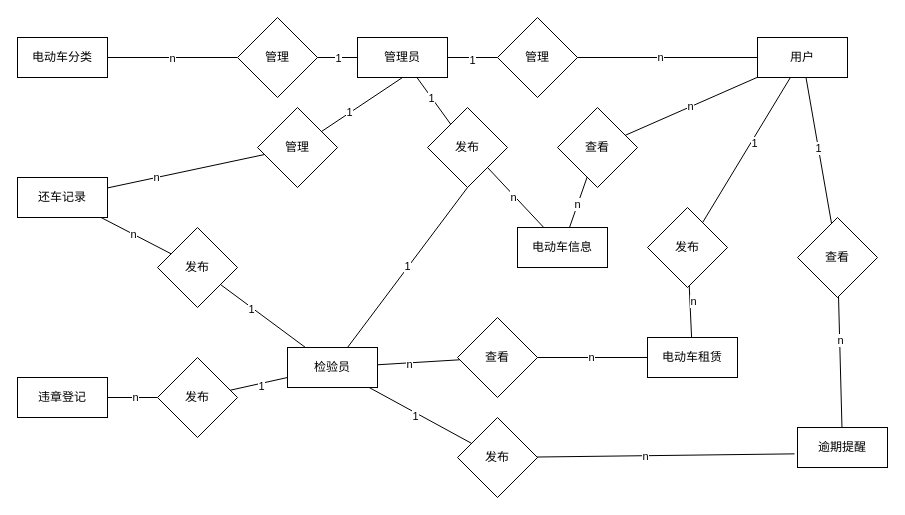
The draw.io diagram 图3-19.drawio in blackjack2022/draw.io, before the edit. Source tidied: cells renumbered, new cells numbered last; positions are measured from the earlier drawing's top-left corner, leaving out a move shared by most shapes. Both pictures are drawn from the tidied source at 100%, with x=0, y=0 at pixel (17, 17).
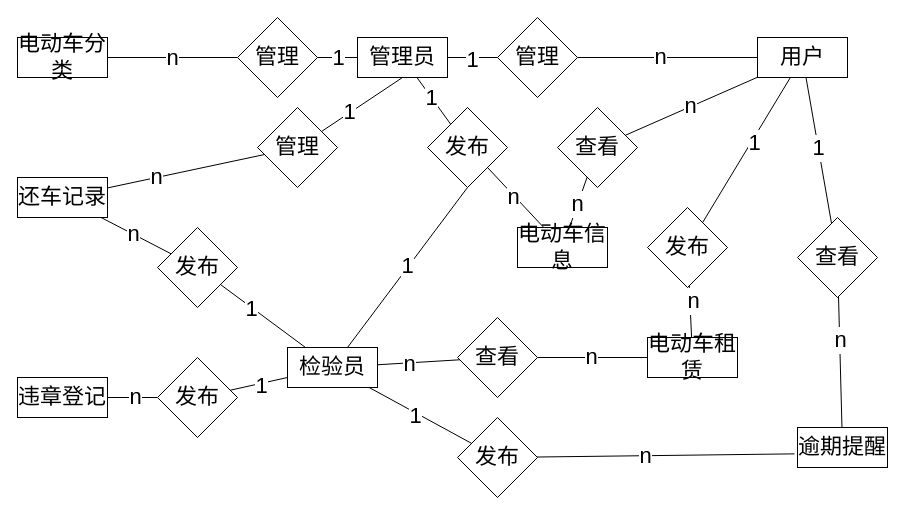
After the change.

The edit, as a diff of the source:
```diff
@@
-    <mxCell id="2" style="rounded=0;jettySize=auto;html=1;endArrow=none;startFill=0;" parent="1" edge="1" source="4" target="7">
+    <mxCell id="2" style="rounded=0;jettySize=auto;html=1;endArrow=none;startFill=0;fontSize=22;fontFamily=宋体;" parent="1" edge="1" source="4" target="7">
       <mxGeometry relative="1" as="geometry" />
     </mxCell>
-    <mxCell id="3" value="n" style="edgeLabel;html=1;align=center;verticalAlign=middle;" parent="2" vertex="1">
+    <mxCell id="3" value="n" style="edgeLabel;html=1;align=center;verticalAlign=middle;fontSize=22;fontFamily=宋体;" parent="2" vertex="1">
       <mxGeometry x="-0.01" relative="1" as="geometry" />
     </mxCell>
-    <mxCell id="4" value="电动车分类" style="rounded=0;whiteSpace=wrap;html=1;" parent="1" vertex="1">
+    <mxCell id="4" value="电动车分类" style="rounded=0;whiteSpace=wrap;html=1;fontSize=22;fontFamily=宋体;" parent="1" vertex="1">
       <mxGeometry y="20" width="90" height="40" as="geometry" />
     </mxCell>
-    <mxCell id="5" style="rounded=0;jettySize=auto;html=1;endArrow=none;startFill=0;" parent="1" edge="1" source="7" target="12">
+    <mxCell id="5" style="rounded=0;jettySize=auto;html=1;endArrow=none;startFill=0;fontSize=22;fontFamily=宋体;" parent="1" edge="1" source="7" target="12">
       <mxGeometry relative="1" as="geometry" />
     </mxCell>
-    <mxCell id="6" value="1" style="edgeLabel;html=1;align=center;verticalAlign=middle;" parent="5" vertex="1">
+    <mxCell id="6" value="1" style="edgeLabel;html=1;align=center;verticalAlign=middle;fontSize=22;fontFamily=宋体;" parent="5" vertex="1">
       <mxGeometry x="-0.01" relative="1" as="geometry" />
     </mxCell>
-    <mxCell id="7" value="管理" style="rhombus;whiteSpace=wrap;html=1;" parent="1" vertex="1">
+    <mxCell id="7" value="管理" style="rhombus;whiteSpace=wrap;html=1;fontSize=22;fontFamily=宋体;" parent="1" vertex="1">
       <mxGeometry x="220" width="80" height="80" as="geometry" />
     </mxCell>
-    <mxCell id="8" style="rounded=0;jettySize=auto;html=1;endArrow=none;startFill=0;" parent="1" edge="1" source="12" target="15">
+    <mxCell id="8" style="rounded=0;jettySize=auto;html=1;endArrow=none;startFill=0;fontSize=22;fontFamily=宋体;" parent="1" edge="1" source="12" target="15">
       <mxGeometry relative="1" as="geometry" />
     </mxCell>
-    <mxCell id="9" value="1" style="edgeLabel;html=1;align=center;verticalAlign=middle;" parent="8" vertex="1">
+    <mxCell id="9" value="1" style="edgeLabel;html=1;align=center;verticalAlign=middle;fontSize=22;fontFamily=宋体;" parent="8" vertex="1">
       <mxGeometry x="-0.05" y="-2" relative="1" as="geometry" />
     </mxCell>
-    <mxCell id="10" style="rounded=0;jettySize=auto;html=1;endArrow=none;startFill=0;" parent="1" edge="1" source="12" target="51">
+    <mxCell id="10" style="rounded=0;jettySize=auto;html=1;endArrow=none;startFill=0;fontSize=22;fontFamily=宋体;" parent="1" edge="1" source="12" target="51">
       <mxGeometry relative="1" as="geometry" />
     </mxCell>
-    <mxCell id="11" value="1" style="edgeLabel;html=1;align=center;verticalAlign=middle;" parent="10" vertex="1">
+    <mxCell id="11" value="1" style="edgeLabel;html=1;align=center;verticalAlign=middle;fontSize=22;fontFamily=宋体;" parent="10" vertex="1">
       <mxGeometry x="-0.14" y="-1" relative="1" as="geometry" />
     </mxCell>
-    <mxCell id="12" value="管理员" style="rounded=0;whiteSpace=wrap;html=1;" parent="1" vertex="1">
+    <mxCell id="12" value="管理员" style="rounded=0;whiteSpace=wrap;html=1;fontSize=22;fontFamily=宋体;" parent="1" vertex="1">
       <mxGeometry x="340" y="20" width="90" height="40" as="geometry" />
     </mxCell>
-    <mxCell id="13" style="rounded=0;jettySize=auto;html=1;endArrow=none;startFill=0;" parent="1" edge="1" source="15" target="22">
+    <mxCell id="13" style="rounded=0;jettySize=auto;html=1;endArrow=none;startFill=0;fontSize=22;fontFamily=宋体;" parent="1" edge="1" source="15" target="22">
       <mxGeometry relative="1" as="geometry" />
     </mxCell>
-    <mxCell id="14" value="n" style="edgeLabel;html=1;align=center;verticalAlign=middle;" parent="13" vertex="1">
+    <mxCell id="14" value="n" style="edgeLabel;html=1;align=center;verticalAlign=middle;fontSize=22;fontFamily=宋体;" parent="13" vertex="1">
       <mxGeometry x="-0.09" y="1" relative="1" as="geometry" />
     </mxCell>
-    <mxCell id="15" value="管理" style="rhombus;whiteSpace=wrap;html=1;" parent="1" vertex="1">
+    <mxCell id="15" value="管理" style="rhombus;whiteSpace=wrap;html=1;fontSize=22;fontFamily=宋体;" parent="1" vertex="1">
       <mxGeometry x="480" width="80" height="80" as="geometry" />
     </mxCell>
-    <mxCell id="16" style="rounded=0;jettySize=auto;html=1;endArrow=none;startFill=0;" parent="1" edge="1" source="22" target="57">
+    <mxCell id="16" style="rounded=0;jettySize=auto;html=1;endArrow=none;startFill=0;fontSize=22;fontFamily=宋体;" parent="1" edge="1" source="22" target="57">
       <mxGeometry relative="1" as="geometry" />
     </mxCell>
-    <mxCell id="17" value="n" style="edgeLabel;html=1;align=center;verticalAlign=middle;" parent="16" vertex="1">
+    <mxCell id="17" value="n" style="edgeLabel;html=1;align=center;verticalAlign=middle;fontSize=22;fontFamily=宋体;" parent="16" vertex="1">
       <mxGeometry x="0.08" y="7" relative="1" as="geometry">
         <mxPoint x="1" y="-9" as="offset" />
       </mxGeometry>
     </mxCell>
-    <mxCell id="18" style="rounded=0;jettySize=auto;html=1;endArrow=none;startFill=0;" parent="1" edge="1" source="22" target="60">
+    <mxCell id="18" style="rounded=0;jettySize=auto;html=1;endArrow=none;startFill=0;fontSize=22;fontFamily=宋体;" parent="1" edge="1" source="22" target="60">
       <mxGeometry relative="1" as="geometry" />
     </mxCell>
-    <mxCell id="19" value="1" style="edgeLabel;html=1;align=center;verticalAlign=middle;" parent="18" vertex="1">
+    <mxCell id="19" value="1" style="edgeLabel;html=1;align=center;verticalAlign=middle;fontSize=22;fontFamily=宋体;" parent="18" vertex="1">
       <mxGeometry x="-0.12" y="3" relative="1" as="geometry" />
     </mxCell>
-    <mxCell id="20" style="rounded=0;jettySize=auto;html=1;endArrow=none;startFill=0;" parent="1" edge="1" source="22" target="64">
+    <mxCell id="20" style="rounded=0;jettySize=auto;html=1;endArrow=none;startFill=0;fontSize=22;fontFamily=宋体;" parent="1" edge="1" source="22" target="64">
       <mxGeometry relative="1" as="geometry" />
     </mxCell>
-    <mxCell id="21" value="1" style="edgeLabel;html=1;align=center;verticalAlign=middle;" parent="20" vertex="1">
+    <mxCell id="21" value="1" style="edgeLabel;html=1;align=center;verticalAlign=middle;fontSize=22;fontFamily=宋体;" parent="20" vertex="1">
       <mxGeometry x="-0.03" relative="1" as="geometry" />
     </mxCell>
-    <mxCell id="22" value="用户" style="rounded=0;whiteSpace=wrap;html=1;" parent="1" vertex="1">
+    <mxCell id="22" value="用户" style="rounded=0;whiteSpace=wrap;html=1;fontSize=22;fontFamily=宋体;" parent="1" vertex="1">
       <mxGeometry x="740" y="20" width="90" height="40" as="geometry" />
     </mxCell>
-    <mxCell id="23" style="rounded=0;jettySize=auto;html=1;endArrow=none;startFill=0;" parent="1" edge="1" source="27" target="30">
+    <mxCell id="23" style="rounded=0;jettySize=auto;html=1;endArrow=none;startFill=0;fontSize=22;fontFamily=宋体;" parent="1" edge="1" source="27" target="30">
       <mxGeometry relative="1" as="geometry" />
     </mxCell>
-    <mxCell id="24" value="n" style="edgeLabel;html=1;align=center;verticalAlign=middle;" parent="23" vertex="1">
+    <mxCell id="24" value="n" style="edgeLabel;html=1;align=center;verticalAlign=middle;fontSize=22;fontFamily=宋体;" parent="23" vertex="1">
       <mxGeometry x="-0.38" y="1" relative="1" as="geometry" />
     </mxCell>
-    <mxCell id="25" style="rounded=0;jettySize=auto;html=1;endArrow=none;startFill=0;" parent="1" edge="1" source="27" target="33">
+    <mxCell id="25" style="rounded=0;jettySize=auto;html=1;endArrow=none;startFill=0;fontSize=22;fontFamily=宋体;" parent="1" edge="1" source="27" target="33">
       <mxGeometry relative="1" as="geometry" />
     </mxCell>
-    <mxCell id="26" value="n" style="edgeLabel;html=1;align=center;verticalAlign=middle;" parent="25" vertex="1">
+    <mxCell id="26" value="n" style="edgeLabel;html=1;align=center;verticalAlign=middle;fontSize=22;fontFamily=宋体;" parent="25" vertex="1">
       <mxGeometry x="-0.08" relative="1" as="geometry" />
     </mxCell>
-    <mxCell id="27" value="还车记录" style="rounded=0;whiteSpace=wrap;html=1;" parent="1" vertex="1">
+    <mxCell id="27" value="还车记录" style="rounded=0;whiteSpace=wrap;html=1;fontSize=22;fontFamily=宋体;" parent="1" vertex="1">
       <mxGeometry y="160" width="90" height="40" as="geometry" />
     </mxCell>
-    <mxCell id="28" style="rounded=0;jettySize=auto;html=1;entryX=0.5;entryY=1;entryDx=0;entryDy=0;endArrow=none;startFill=0;" parent="1" edge="1" source="30" target="12">
+    <mxCell id="28" style="rounded=0;jettySize=auto;html=1;entryX=0.5;entryY=1;entryDx=0;entryDy=0;endArrow=none;startFill=0;fontSize=22;fontFamily=宋体;" parent="1" edge="1" source="30" target="12">
       <mxGeometry relative="1" as="geometry" />
     </mxCell>
-    <mxCell id="29" value="1" style="edgeLabel;html=1;align=center;verticalAlign=middle;" parent="28" vertex="1">
+    <mxCell id="29" value="1" style="edgeLabel;html=1;align=center;verticalAlign=middle;fontSize=22;fontFamily=宋体;" parent="28" vertex="1">
       <mxGeometry x="-0.31" y="1" relative="1" as="geometry" />
     </mxCell>
-    <mxCell id="30" value="管理" style="rhombus;whiteSpace=wrap;html=1;" parent="1" vertex="1">
+    <mxCell id="30" value="管理" style="rhombus;whiteSpace=wrap;html=1;fontSize=22;fontFamily=宋体;" parent="1" vertex="1">
       <mxGeometry x="240" y="90" width="80" height="80" as="geometry" />
     </mxCell>
-    <mxCell id="31" style="rounded=0;jettySize=auto;html=1;endArrow=none;startFill=0;" parent="1" edge="1" source="33" target="46">
+    <mxCell id="31" style="rounded=0;jettySize=auto;html=1;endArrow=none;startFill=0;fontSize=22;fontFamily=宋体;" parent="1" edge="1" source="33" target="46">
       <mxGeometry relative="1" as="geometry" />
     </mxCell>
-    <mxCell id="32" value="1" style="edgeLabel;html=1;align=center;verticalAlign=middle;" parent="31" vertex="1">
+    <mxCell id="32" value="1" style="edgeLabel;html=1;align=center;verticalAlign=middle;fontSize=22;fontFamily=宋体;" parent="31" vertex="1">
       <mxGeometry x="-0.27" y="-1" relative="1" as="geometry" />
     </mxCell>
-    <mxCell id="33" value="发布" style="rhombus;whiteSpace=wrap;html=1;" parent="1" vertex="1">
+    <mxCell id="33" value="发布" style="rhombus;whiteSpace=wrap;html=1;fontSize=22;fontFamily=宋体;" parent="1" vertex="1">
       <mxGeometry x="140" y="210" width="80" height="80" as="geometry" />
     </mxCell>
-    <mxCell id="34" style="rounded=0;jettySize=auto;html=1;endArrow=none;startFill=0;" parent="1" edge="1" source="36" target="37">
+    <mxCell id="34" style="rounded=0;jettySize=auto;html=1;endArrow=none;startFill=0;fontSize=22;fontFamily=宋体;" parent="1" edge="1" source="36" target="37">
       <mxGeometry relative="1" as="geometry" />
     </mxCell>
-    <mxCell id="35" value="n" style="edgeLabel;html=1;align=center;verticalAlign=middle;" parent="34" vertex="1">
+    <mxCell id="35" value="n" style="edgeLabel;html=1;align=center;verticalAlign=middle;fontSize=22;fontFamily=宋体;" parent="34" vertex="1">
       <mxGeometry x="0.07" y="1" relative="1" as="geometry" />
     </mxCell>
-    <mxCell id="36" value="违章登记" style="rounded=0;whiteSpace=wrap;html=1;" parent="1" vertex="1">
+    <mxCell id="36" value="违章登记" style="rounded=0;whiteSpace=wrap;html=1;fontSize=22;fontFamily=宋体;" parent="1" vertex="1">
       <mxGeometry y="360" width="90" height="40" as="geometry" />
     </mxCell>
-    <mxCell id="37" value="发布" style="rhombus;whiteSpace=wrap;html=1;" parent="1" vertex="1">
+    <mxCell id="37" value="发布" style="rhombus;whiteSpace=wrap;html=1;fontSize=22;fontFamily=宋体;" parent="1" vertex="1">
       <mxGeometry x="140" y="340" width="80" height="80" as="geometry" />
     </mxCell>
-    <mxCell id="38" style="rounded=0;jettySize=auto;html=1;entryX=0.5;entryY=1;entryDx=0;entryDy=0;endArrow=none;startFill=0;" parent="1" edge="1" source="46" target="51">
+    <mxCell id="38" style="rounded=0;jettySize=auto;html=1;entryX=0.5;entryY=1;entryDx=0;entryDy=0;endArrow=none;startFill=0;fontSize=22;fontFamily=宋体;" parent="1" edge="1" source="46" target="51">
       <mxGeometry relative="1" as="geometry" />
     </mxCell>
-    <mxCell id="39" value="1" style="edgeLabel;html=1;align=center;verticalAlign=middle;" parent="38" vertex="1">
+    <mxCell id="39" value="1" style="edgeLabel;html=1;align=center;verticalAlign=middle;fontSize=22;fontFamily=宋体;" parent="38" vertex="1">
       <mxGeometry x="0.01" y="1" relative="1" as="geometry" />
     </mxCell>
-    <mxCell id="40" style="rounded=0;jettySize=auto;html=1;endArrow=none;startFill=0;" parent="1" edge="1" source="46" target="50">
+    <mxCell id="40" style="rounded=0;jettySize=auto;html=1;endArrow=none;startFill=0;fontSize=22;fontFamily=宋体;" parent="1" edge="1" source="46" target="50">
       <mxGeometry relative="1" as="geometry" />
     </mxCell>
-    <mxCell id="41" value="n" style="edgeLabel;html=1;align=center;verticalAlign=middle;" parent="40" vertex="1">
+    <mxCell id="41" value="n" style="edgeLabel;html=1;align=center;verticalAlign=middle;fontSize=22;fontFamily=宋体;" parent="40" vertex="1">
       <mxGeometry x="-0.25" y="-1" relative="1" as="geometry" />
     </mxCell>
-    <mxCell id="42" style="rounded=0;jettySize=auto;html=1;endArrow=none;startFill=0;" parent="1" edge="1" source="46" target="47">
+    <mxCell id="42" style="rounded=0;jettySize=auto;html=1;endArrow=none;startFill=0;fontSize=22;fontFamily=宋体;" parent="1" edge="1" source="46" target="47">
       <mxGeometry relative="1" as="geometry" />
     </mxCell>
-    <mxCell id="43" value="1" style="edgeLabel;html=1;align=center;verticalAlign=middle;" parent="42" vertex="1">
+    <mxCell id="43" value="1" style="edgeLabel;html=1;align=center;verticalAlign=middle;fontSize=22;fontFamily=宋体;" parent="42" vertex="1">
       <mxGeometry x="-0.07" y="-3" relative="1" as="geometry" />
     </mxCell>
-    <mxCell id="44" style="rounded=0;jettySize=auto;html=1;endArrow=none;startFill=0;" parent="1" edge="1" source="46" target="37">
+    <mxCell id="44" style="rounded=0;jettySize=auto;html=1;endArrow=none;startFill=0;fontSize=22;fontFamily=宋体;" parent="1" edge="1" source="46" target="37">
       <mxGeometry relative="1" as="geometry" />
     </mxCell>
-    <mxCell id="45" value="1" style="edgeLabel;html=1;align=center;verticalAlign=middle;" parent="44" vertex="1">
+    <mxCell id="45" value="1" style="edgeLabel;html=1;align=center;verticalAlign=middle;fontSize=22;fontFamily=宋体;" parent="44" vertex="1">
       <mxGeometry x="-0.04" y="2" relative="1" as="geometry" />
     </mxCell>
-    <mxCell id="46" value="检验员" style="rounded=0;whiteSpace=wrap;html=1;" parent="1" vertex="1">
+    <mxCell id="46" value="检验员" style="rounded=0;whiteSpace=wrap;html=1;fontSize=22;fontFamily=宋体;" parent="1" vertex="1">
       <mxGeometry x="270" y="330" width="90" height="40" as="geometry" />
     </mxCell>
-    <mxCell id="47" value="发布" style="rhombus;whiteSpace=wrap;html=1;" parent="1" vertex="1">
+    <mxCell id="47" value="发布" style="rhombus;whiteSpace=wrap;html=1;fontSize=22;fontFamily=宋体;" parent="1" vertex="1">
       <mxGeometry x="440" y="400" width="80" height="80" as="geometry" />
     </mxCell>
-    <mxCell id="48" style="rounded=0;jettySize=auto;html=1;endArrow=none;startFill=0;" parent="1" edge="1" source="50" target="61">
+    <mxCell id="48" style="rounded=0;jettySize=auto;html=1;endArrow=none;startFill=0;fontSize=22;fontFamily=宋体;" parent="1" edge="1" source="50" target="61">
       <mxGeometry relative="1" as="geometry" />
     </mxCell>
-    <mxCell id="49" value="n" style="edgeLabel;html=1;align=center;verticalAlign=middle;" parent="48" vertex="1">
+    <mxCell id="49" value="n" style="edgeLabel;html=1;align=center;verticalAlign=middle;fontSize=22;fontFamily=宋体;" parent="48" vertex="1">
       <mxGeometry x="-0.04" y="1" relative="1" as="geometry" />
     </mxCell>
-    <mxCell id="50" value="查看" style="rhombus;whiteSpace=wrap;html=1;" parent="1" vertex="1">
+    <mxCell id="50" value="查看" style="rhombus;whiteSpace=wrap;html=1;fontSize=22;fontFamily=宋体;" parent="1" vertex="1">
       <mxGeometry x="440" y="300" width="80" height="80" as="geometry" />
     </mxCell>
-    <mxCell id="51" value="发布" style="rhombus;whiteSpace=wrap;html=1;" parent="1" vertex="1">
+    <mxCell id="51" value="发布" style="rhombus;whiteSpace=wrap;html=1;fontSize=22;fontFamily=宋体;" parent="1" vertex="1">
       <mxGeometry x="410" y="90" width="80" height="80" as="geometry" />
     </mxCell>
-    <mxCell id="52" style="rounded=0;jettySize=auto;html=1;entryX=1;entryY=1;entryDx=0;entryDy=0;endArrow=none;startFill=0;" parent="1" edge="1" source="56" target="51">
+    <mxCell id="52" style="rounded=0;jettySize=auto;html=1;entryX=1;entryY=1;entryDx=0;entryDy=0;endArrow=none;startFill=0;fontSize=22;fontFamily=宋体;" parent="1" edge="1" source="56" target="51">
       <mxGeometry relative="1" as="geometry" />
     </mxCell>
-    <mxCell id="53" value="n" style="edgeLabel;html=1;align=center;verticalAlign=middle;" parent="52" vertex="1">
+    <mxCell id="53" value="n" style="edgeLabel;html=1;align=center;verticalAlign=middle;fontSize=22;fontFamily=宋体;" parent="52" vertex="1">
       <mxGeometry x="0.05" y="2" relative="1" as="geometry" />
     </mxCell>
-    <mxCell id="54" style="rounded=0;jettySize=auto;html=1;endArrow=none;startFill=0;" parent="1" edge="1" source="56" target="57">
+    <mxCell id="54" style="rounded=0;jettySize=auto;html=1;endArrow=none;startFill=0;fontSize=22;fontFamily=宋体;" parent="1" edge="1" source="56" target="57">
       <mxGeometry relative="1" as="geometry" />
     </mxCell>
-    <mxCell id="55" value="n" style="edgeLabel;html=1;align=center;verticalAlign=middle;" parent="54" vertex="1">
+    <mxCell id="55" value="n" style="edgeLabel;html=1;align=center;verticalAlign=middle;fontSize=22;fontFamily=宋体;" parent="54" vertex="1">
       <mxGeometry x="-0.05" y="1" relative="1" as="geometry" />
     </mxCell>
-    <mxCell id="56" value="电动车信息" style="rounded=0;whiteSpace=wrap;html=1;" parent="1" vertex="1">
+    <mxCell id="56" value="电动车信息" style="rounded=0;whiteSpace=wrap;html=1;fontSize=22;fontFamily=宋体;" parent="1" vertex="1">
       <mxGeometry x="500" y="210" width="90" height="40" as="geometry" />
     </mxCell>
-    <mxCell id="57" value="查看" style="rhombus;whiteSpace=wrap;html=1;" parent="1" vertex="1">
+    <mxCell id="57" value="查看" style="rhombus;whiteSpace=wrap;html=1;fontSize=22;fontFamily=宋体;" parent="1" vertex="1">
       <mxGeometry x="540" y="90" width="80" height="80" as="geometry" />
     </mxCell>
-    <mxCell id="58" style="rounded=0;jettySize=auto;html=1;endArrow=none;startFill=0;" parent="1" edge="1" source="60" target="61">
+    <mxCell id="58" style="rounded=0;jettySize=auto;html=1;endArrow=none;startFill=0;fontSize=22;fontFamily=宋体;" parent="1" edge="1" source="60" target="61">
       <mxGeometry relative="1" as="geometry" />
     </mxCell>
-    <mxCell id="59" value="n" style="edgeLabel;html=1;align=center;verticalAlign=middle;" parent="58" vertex="1">
+    <mxCell id="59" value="n" style="edgeLabel;html=1;align=center;verticalAlign=middle;fontSize=22;fontFamily=宋体;" parent="58" vertex="1">
       <mxGeometry x="-0.42" y="3" relative="1" as="geometry" />
     </mxCell>
-    <mxCell id="60" value="发布" style="rhombus;whiteSpace=wrap;html=1;" parent="1" vertex="1">
+    <mxCell id="60" value="发布" style="rhombus;whiteSpace=wrap;html=1;fontSize=22;fontFamily=宋体;" parent="1" vertex="1">
       <mxGeometry x="630" y="190" width="80" height="80" as="geometry" />
     </mxCell>
-    <mxCell id="61" value="电动车租赁" style="rounded=0;whiteSpace=wrap;html=1;" parent="1" vertex="1">
+    <mxCell id="61" value="电动车租赁" style="rounded=0;whiteSpace=wrap;html=1;fontSize=22;fontFamily=宋体;" parent="1" vertex="1">
       <mxGeometry x="630" y="320" width="90" height="40" as="geometry" />
     </mxCell>
-    <mxCell id="62" style="rounded=0;jettySize=auto;html=1;endArrow=none;startFill=0;" parent="1" edge="1" source="64" target="65">
+    <mxCell id="62" style="rounded=0;jettySize=auto;html=1;endArrow=none;startFill=0;fontSize=22;fontFamily=宋体;" parent="1" edge="1" source="64" target="65">
       <mxGeometry relative="1" as="geometry" />
     </mxCell>
-    <mxCell id="63" value="n" style="edgeLabel;html=1;align=center;verticalAlign=middle;" parent="62" vertex="1">
+    <mxCell id="63" value="n" style="edgeLabel;html=1;align=center;verticalAlign=middle;fontSize=22;fontFamily=宋体;" parent="62" vertex="1">
       <mxGeometry x="-0.33" relative="1" as="geometry" />
     </mxCell>
-    <mxCell id="64" value="查看" style="rhombus;whiteSpace=wrap;html=1;" parent="1" vertex="1">
+    <mxCell id="64" value="查看" style="rhombus;whiteSpace=wrap;html=1;fontSize=22;fontFamily=宋体;" parent="1" vertex="1">
       <mxGeometry x="780" y="200" width="80" height="80" as="geometry" />
     </mxCell>
-    <mxCell id="65" value="逾期提醒" style="rounded=0;whiteSpace=wrap;html=1;" parent="1" vertex="1">
+    <mxCell id="65" value="逾期提醒" style="rounded=0;whiteSpace=wrap;html=1;fontSize=22;fontFamily=宋体;" parent="1" vertex="1">
       <mxGeometry x="780" y="410" width="90" height="40" as="geometry" />
     </mxCell>
-    <mxCell id="66" style="rounded=0;jettySize=auto;html=1;entryX=-0.033;entryY=0.659;entryDx=0;entryDy=0;entryPerimeter=0;endArrow=none;startFill=0;" parent="1" edge="1" source="47" target="65">
+    <mxCell id="66" style="rounded=0;jettySize=auto;html=1;entryX=-0.033;entryY=0.659;entryDx=0;entryDy=0;entryPerimeter=0;endArrow=none;startFill=0;fontSize=22;fontFamily=宋体;" parent="1" edge="1" source="47" target="65">
       <mxGeometry relative="1" as="geometry" />
     </mxCell>
-    <mxCell id="67" value="n" style="edgeLabel;html=1;align=center;verticalAlign=middle;" parent="66" vertex="1">
+    <mxCell id="67" value="n" style="edgeLabel;html=1;align=center;verticalAlign=middle;fontSize=22;fontFamily=宋体;" parent="66" vertex="1">
       <mxGeometry x="-0.16" relative="1" as="geometry" />
     </mxCell>
```
